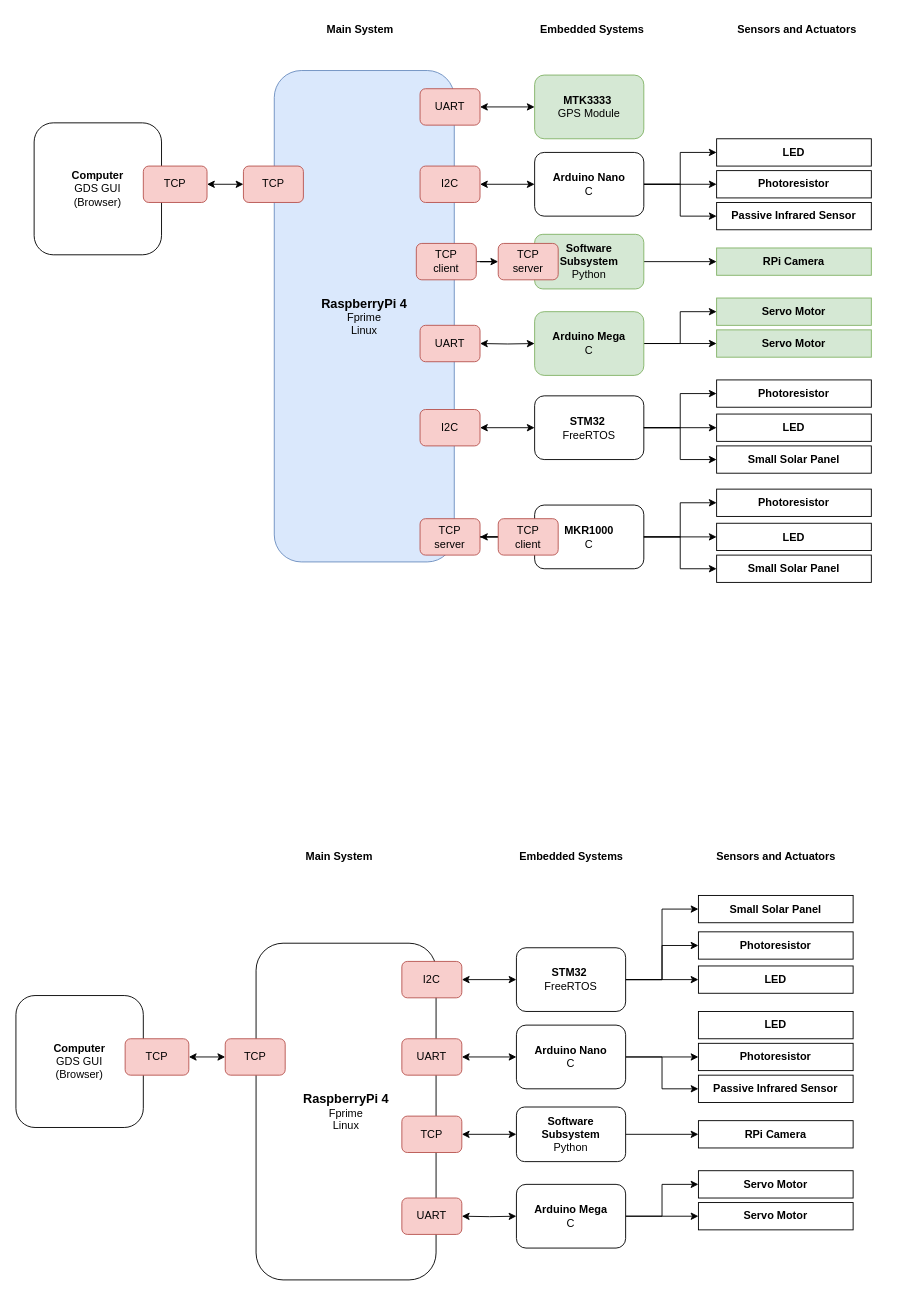
Before: page "Hw Setup" (5 of 5) of topology.drawio in jsilveira1409/MESMO, a draw.io diagram. Source tidied: cells renumbered, new cells numbered last; positions are measured from the earlier drawing's top-left corner, leaving out a move shared by most shapes. Both pictures are drawn from the tidied source at 91%, with x=0, y=0 at pixel (15, 15).
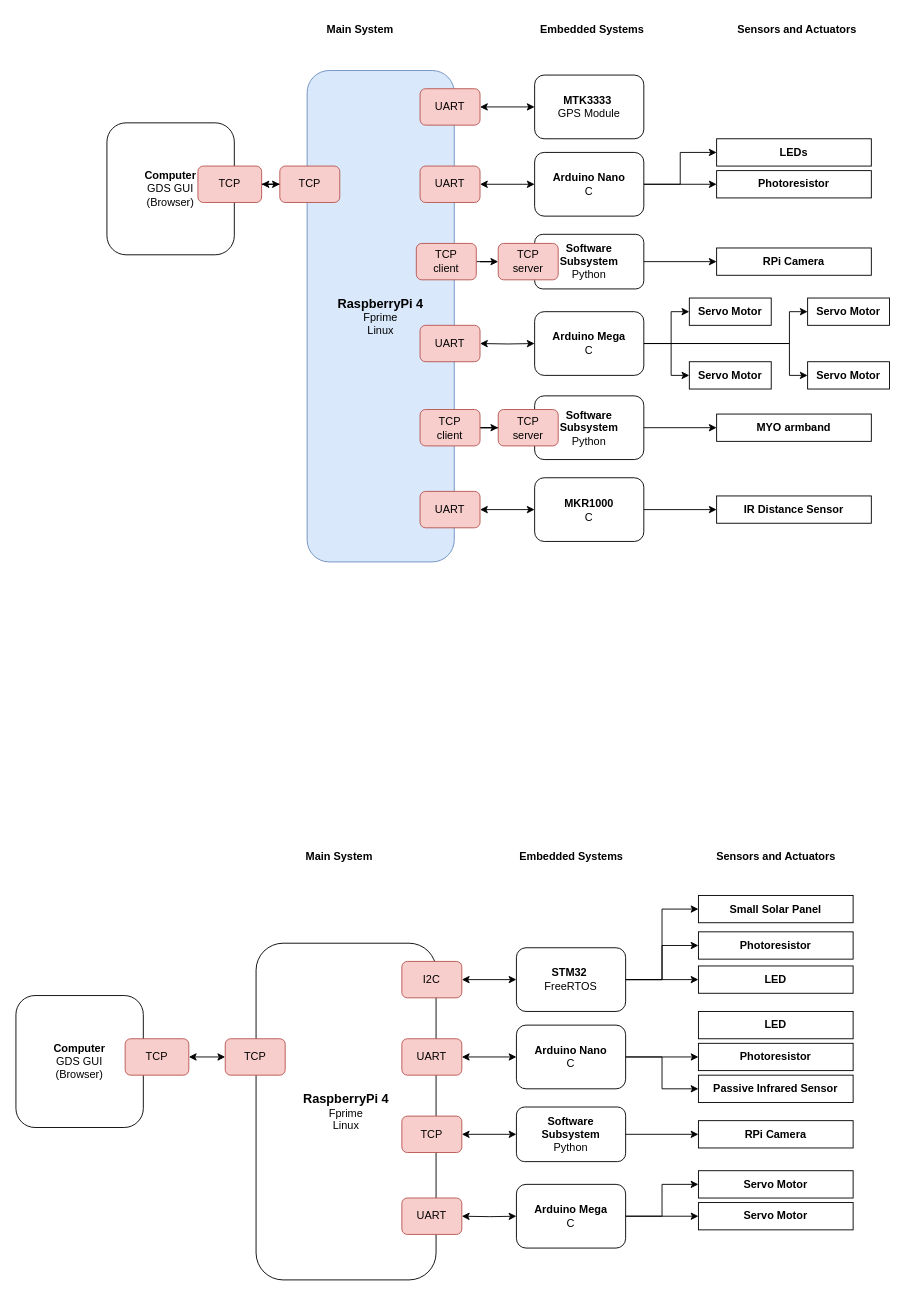
After the change.

The change refers to these unchanged cells:
```xml
<mxCell id="8" value="&lt;b&gt;Arduino Nano&lt;/b&gt;&lt;br&gt;C" style="rounded=1;whiteSpace=wrap;html=1;" parent="1" vertex="1">
  <mxGeometry x="570" y="150" width="120" height="70" as="geometry" />
</mxCell>
<mxCell id="86" value="&lt;b&gt;MKR1000&lt;/b&gt;&lt;br&gt;C" style="rounded=1;whiteSpace=wrap;html=1;" parent="85" vertex="1">
  <mxGeometry x="125.9" y="17.5" width="120" height="70" as="geometry" />
</mxCell>
```

Change to the diagram source:
```diff
@@
-    <mxCell id="3" value="&lt;b&gt;MTK3333&amp;nbsp;&lt;/b&gt;&lt;br&gt;GPS Module" style="rounded=1;whiteSpace=wrap;html=1;fillColor=#d5e8d4;strokeColor=#82b366;" parent="1" vertex="1">
+    <mxCell id="3" value="&lt;b&gt;MTK3333&amp;nbsp;&lt;/b&gt;&lt;br&gt;GPS Module" style="rounded=1;whiteSpace=wrap;html=1;" parent="1" vertex="1">
       <mxGeometry x="570" y="65" width="120" height="70" as="geometry" />
     </mxCell>
@@
-    <mxCell id="7" style="edgeStyle=orthogonalEdgeStyle;rounded=0;jettySize=auto;html=1;" parent="1" edge="1" source="8" target="15">
-      <mxGeometry relative="1" as="geometry" />
-    </mxCell>
@@
-    <mxCell id="10" value="&lt;b&gt;Software Subsystem&lt;/b&gt;&lt;br&gt;Python" style="whiteSpace=wrap;html=1;rounded=1;fillColor=#d5e8d4;strokeColor=#82b366;" parent="1" vertex="1">
+    <mxCell id="10" value="&lt;b&gt;Software Subsystem&lt;/b&gt;&lt;br&gt;Python" style="whiteSpace=wrap;html=1;rounded=1;" parent="1" vertex="1">
       <mxGeometry x="570" y="240" width="120" height="60" as="geometry" />
     </mxCell>
@@
-    <mxCell id="12" value="LED" style="rounded=0;whiteSpace=wrap;html=1;fontStyle=1;" parent="1" vertex="1">
+    <mxCell id="12" value="LEDs" style="rounded=0;whiteSpace=wrap;html=1;fontStyle=1;" parent="1" vertex="1">
       <mxGeometry x="770" y="135" width="170" height="30" as="geometry" />
     </mxCell>
@@
-    <mxCell id="14" value="RPi Camera" style="rounded=0;whiteSpace=wrap;html=1;fontStyle=1;fillColor=#d5e8d4;strokeColor=#82b366;" parent="1" vertex="1">
+    <mxCell id="14" value="RPi Camera" style="rounded=0;whiteSpace=wrap;html=1;fontStyle=1;" parent="1" vertex="1">
       <mxGeometry x="770" y="255" width="170" height="30" as="geometry" />
     </mxCell>
-    <mxCell id="15" value="Passive Infrared Sensor" style="rounded=0;whiteSpace=wrap;html=1;fontStyle=1;" parent="1" vertex="1">
-      <mxGeometry x="770" y="205" width="170" height="30" as="geometry" />
-    </mxCell>
@@
     <mxCell id="19" style="group;" parent="1" vertex="1">
-      <mxGeometry x="20" y="117.5" width="190" height="145" as="geometry" />
+      <mxGeometry x="100" y="117.5" width="190" height="145" as="geometry" />
     </mxCell>
@@
     <mxCell id="21" value="TCP" style="rounded=1;whiteSpace=wrap;html=1;fillColor=#f8cecc;strokeColor=#b85450;" parent="19" vertex="1">
-      <mxGeometry x="120" y="47.5" width="70" height="40" as="geometry" />
+      <mxGeometry x="100" y="47.5" width="70" height="40" as="geometry" />
     </mxCell>
     <mxCell id="22" style="group;" parent="1" vertex="1">
-      <mxGeometry x="250" y="60" width="690" height="540" as="geometry" />
+      <mxGeometry x="250" y="60" width="710" height="540" as="geometry" />
     </mxCell>
     <mxCell id="23" value="&lt;b&gt;&lt;font style=&quot;font-size: 14px;&quot;&gt;RaspberryPi 4&lt;/font&gt;&lt;/b&gt;&lt;br&gt;Fprime&lt;br&gt;Linux" style="rounded=1;whiteSpace=wrap;html=1;fillColor=#dae8fc;strokeColor=#6c8ebf;" parent="22" vertex="1">
-      <mxGeometry x="33.9" width="197.8" height="540" as="geometry" />
+      <mxGeometry x="70" width="161.7" height="540" as="geometry" />
     </mxCell>
@@
-    <mxCell id="25" value="I2C" style="rounded=1;whiteSpace=wrap;html=1;fillColor=#f8cecc;strokeColor=#b85450;" parent="22" vertex="1">
+    <mxCell id="25" value="UART" style="rounded=1;whiteSpace=wrap;html=1;fillColor=#f8cecc;strokeColor=#b85450;" parent="22" vertex="1">
       <mxGeometry x="194.1" y="105" width="65.9" height="40" as="geometry" />
     </mxCell>
@@
     <mxCell id="28" value="TCP" style="rounded=1;whiteSpace=wrap;html=1;fillColor=#f8cecc;strokeColor=#b85450;" parent="22" vertex="1">
-      <mxGeometry y="105" width="65.9" height="40" as="geometry" />
+      <mxGeometry x="40" y="105" width="65.9" height="40" as="geometry" />
     </mxCell>
@@
-    <mxCell id="30" value="&lt;b&gt;STM32&amp;nbsp;&lt;/b&gt;&lt;br&gt;FreeRTOS" style="rounded=1;whiteSpace=wrap;html=1;" parent="22" vertex="1">
+    <mxCell id="30" value="&lt;b&gt;Software &lt;br&gt;Subsystem&lt;br&gt;&lt;/b&gt;Python" style="rounded=1;whiteSpace=wrap;html=1;" parent="22" vertex="1">
       <mxGeometry x="320" y="357.5" width="120" height="70" as="geometry" />
     </mxCell>
-    <mxCell id="31" value="Small Solar Panel" style="rounded=0;whiteSpace=wrap;html=1;fontStyle=1;" parent="22" vertex="1">
-      <mxGeometry x="520" y="412.5" width="170" height="30" as="geometry" />
-    </mxCell>
-    <mxCell id="32" style="edgeStyle=orthogonalEdgeStyle;rounded=0;jettySize=auto;html=1;entryX=0;entryY=0.5;entryDx=0;entryDy=0;" parent="22" edge="1" source="30" target="31">
-      <mxGeometry relative="1" as="geometry" />
-    </mxCell>
-    <mxCell id="33" value="Photoresistor" style="rounded=0;whiteSpace=wrap;html=1;fontStyle=1;" parent="22" vertex="1">
-      <mxGeometry x="520" y="340" width="170" height="30" as="geometry" />
-    </mxCell>
-    <mxCell id="34" style="edgeStyle=orthogonalEdgeStyle;rounded=0;jettySize=auto;html=1;entryX=0;entryY=0.5;entryDx=0;entryDy=0;" parent="22" edge="1" source="30" target="33">
-      <mxGeometry relative="1" as="geometry">
-        <Array as="points">
-          <mxPoint x="480" y="392.5" />
-          <mxPoint x="480" y="355.5" />
-        </Array>
-      </mxGeometry>
-    </mxCell>
-    <mxCell id="35" value="LED" style="rounded=0;whiteSpace=wrap;html=1;fontStyle=1;" parent="22" vertex="1">
+    <mxCell id="35" value="MYO armband" style="rounded=0;whiteSpace=wrap;html=1;fontStyle=1;" parent="22" vertex="1">
       <mxGeometry x="520" y="377.5" width="170" height="30" as="geometry" />
     </mxCell>
@@
+    <mxCell id="96" style="edgeStyle=orthogonalEdgeStyle;rounded=0;jettySize=auto;html=1;" parent="22" edge="1" source="37" target="99">
+      <mxGeometry relative="1" as="geometry" />
+    </mxCell>
-    <mxCell id="37" value="I2C" style="rounded=1;whiteSpace=wrap;html=1;fillColor=#f8cecc;strokeColor=#b85450;" parent="22" vertex="1">
+    <mxCell id="37" value="TCP&lt;br&gt;client" style="rounded=1;whiteSpace=wrap;html=1;fillColor=#f8cecc;strokeColor=#b85450;" parent="22" vertex="1">
       <mxGeometry x="194.1" y="372.5" width="65.9" height="40" as="geometry" />
     </mxCell>
-    <mxCell id="38" style="edgeStyle=orthogonalEdgeStyle;rounded=0;jettySize=auto;html=1;entryX=0;entryY=0.5;entryDx=0;entryDy=0;startArrow=classic;startFill=1;" parent="22" edge="1" source="37" target="30">
-      <mxGeometry relative="1" as="geometry" />
-    </mxCell>
@@
+    <mxCell id="45" value="Servo Motor" style="rounded=0;whiteSpace=wrap;html=1;fontStyle=1;" parent="22" vertex="1">
+      <mxGeometry x="490" y="320" width="90" height="30" as="geometry" />
+    </mxCell>
+    <mxCell id="97" value="Servo Motor" style="rounded=0;whiteSpace=wrap;html=1;fontStyle=1;" parent="22" vertex="1">
+      <mxGeometry x="620" y="250" width="90" height="30" as="geometry" />
+    </mxCell>
+    <mxCell id="98" value="Servo Motor" style="rounded=0;whiteSpace=wrap;html=1;fontStyle=1;" parent="22" vertex="1">
+      <mxGeometry x="620" y="320" width="90" height="30" as="geometry" />
+    </mxCell>
+    <mxCell id="44" value="Servo Motor" style="rounded=0;whiteSpace=wrap;html=1;fontStyle=1;" parent="22" vertex="1">
+      <mxGeometry x="490" y="250" width="90" height="30" as="geometry" />
+    </mxCell>
+    <mxCell id="99" value="TCP&lt;br&gt;server" style="rounded=1;whiteSpace=wrap;html=1;fillColor=#f8cecc;strokeColor=#b85450;" parent="22" vertex="1">
+      <mxGeometry x="280" y="372.5" width="65.9" height="40" as="geometry" />
+    </mxCell>
@@
     <mxCell id="41" style="edgeStyle=orthogonalEdgeStyle;rounded=0;jettySize=auto;html=1;entryX=0;entryY=0.5;entryDx=0;entryDy=0;" parent="1" edge="1" source="43" target="44">
       <mxGeometry relative="1" as="geometry">
         <Array as="points">
-          <mxPoint x="730" y="360" />
-          <mxPoint x="730" y="325" />
+          <mxPoint x="720" y="360" />
+          <mxPoint x="720" y="325" />
         </Array>
       </mxGeometry>
     </mxCell>
     <mxCell id="42" style="edgeStyle=orthogonalEdgeStyle;rounded=0;jettySize=auto;html=1;" parent="1" edge="1" source="43" target="45">
-      <mxGeometry relative="1" as="geometry" />
+      <mxGeometry relative="1" as="geometry">
+        <Array as="points">
+          <mxPoint x="720" y="360" />
+          <mxPoint x="720" y="395" />
+        </Array>
+      </mxGeometry>
     </mxCell>
+    <mxCell id="100" style="edgeStyle=orthogonalEdgeStyle;rounded=0;jettySize=auto;html=1;entryX=0;entryY=0.5;entryDx=0;entryDy=0;" parent="1" edge="1" source="43" target="97">
+      <mxGeometry relative="1" as="geometry">
+        <Array as="points">
+          <mxPoint x="850" y="360" />
+          <mxPoint x="850" y="325" />
+        </Array>
+      </mxGeometry>
+    </mxCell>
+    <mxCell id="101" style="edgeStyle=orthogonalEdgeStyle;rounded=0;jettySize=auto;html=1;entryX=0;entryY=0.5;entryDx=0;entryDy=0;" parent="1" edge="1" source="43" target="98">
+      <mxGeometry relative="1" as="geometry">
+        <Array as="points">
+          <mxPoint x="850" y="360" />
+          <mxPoint x="850" y="395" />
+        </Array>
+      </mxGeometry>
+    </mxCell>
-    <mxCell id="43" value="&lt;b&gt;Arduino Mega&lt;/b&gt;&lt;br&gt;C" style="rounded=1;whiteSpace=wrap;html=1;fillColor=#d5e8d4;strokeColor=#82b366;" parent="1" vertex="1">
+    <mxCell id="43" value="&lt;b&gt;Arduino Mega&lt;/b&gt;&lt;br&gt;C" style="rounded=1;whiteSpace=wrap;html=1;" parent="1" vertex="1">
       <mxGeometry x="570" y="325" width="120" height="70" as="geometry" />
     </mxCell>
-    <mxCell id="44" value="Servo Motor" style="rounded=0;whiteSpace=wrap;html=1;fontStyle=1;fillColor=#d5e8d4;strokeColor=#82b366;" parent="1" vertex="1">
-      <mxGeometry x="770" y="310" width="170" height="30" as="geometry" />
-    </mxCell>
-    <mxCell id="45" value="Servo Motor" style="rounded=0;whiteSpace=wrap;html=1;fontStyle=1;fillColor=#d5e8d4;strokeColor=#82b366;" parent="1" vertex="1">
-      <mxGeometry x="770" y="345" width="170" height="30" as="geometry" />
-    </mxCell>
@@
     <mxCell id="85" style="group;" parent="1" vertex="1">
-      <mxGeometry x="444.1" y="520" width="495.9" height="102.5" as="geometry" />
+      <mxGeometry x="444.1" y="490" width="495.9" height="102.5" as="geometry" />
     </mxCell>
+    <mxCell id="90" style="edgeStyle=orthogonalEdgeStyle;rounded=0;jettySize=auto;html=1;" parent="85" edge="1" source="86" target="89">
+      <mxGeometry relative="1" as="geometry" />
+    </mxCell>
@@
-    <mxCell id="87" value="Small Solar Panel" style="rounded=0;whiteSpace=wrap;html=1;fontStyle=1;" parent="85" vertex="1">
-      <mxGeometry x="325.9" y="72.5" width="170" height="30" as="geometry" />
-    </mxCell>
-    <mxCell id="88" style="edgeStyle=orthogonalEdgeStyle;rounded=0;jettySize=auto;html=1;entryX=0;entryY=0.5;entryDx=0;entryDy=0;" parent="85" edge="1" source="86" target="87">
-      <mxGeometry relative="1" as="geometry" />
-    </mxCell>
-    <mxCell id="89" value="Photoresistor" style="rounded=0;whiteSpace=wrap;html=1;fontStyle=1;" parent="85" vertex="1">
-      <mxGeometry x="325.9" width="170" height="30" as="geometry" />
+    <mxCell id="89" value="IR Distance Sensor" style="rounded=0;whiteSpace=wrap;html=1;fontStyle=1;" parent="85" vertex="1">
+      <mxGeometry x="325.9" y="37.5" width="170" height="30" as="geometry" />
     </mxCell>
-    <mxCell id="90" style="edgeStyle=orthogonalEdgeStyle;rounded=0;jettySize=auto;html=1;entryX=0;entryY=0.5;entryDx=0;entryDy=0;" parent="85" edge="1" source="86" target="89">
-      <mxGeometry relative="1" as="geometry">
-        <Array as="points">
-          <mxPoint x="285.9" y="52.5" />
-          <mxPoint x="285.9" y="15.5" />
-        </Array>
-      </mxGeometry>
-    </mxCell>
-    <mxCell id="91" value="LED" style="rounded=0;whiteSpace=wrap;html=1;fontStyle=1;" parent="85" vertex="1">
-      <mxGeometry x="325.9" y="37.5" width="170" height="30" as="geometry" />
-    </mxCell>
-    <mxCell id="92" style="edgeStyle=orthogonalEdgeStyle;rounded=0;jettySize=auto;html=1;entryX=0;entryY=0.5;entryDx=0;entryDy=0;" parent="85" edge="1" source="86" target="91">
-      <mxGeometry relative="1" as="geometry" />
-    </mxCell>
-    <mxCell id="93" value="TCP&lt;br style=&quot;border-color: var(--border-color);&quot;&gt;server" style="rounded=1;whiteSpace=wrap;html=1;fillColor=#f8cecc;strokeColor=#b85450;" parent="85" vertex="1">
+    <mxCell id="93" value="UART" style="rounded=1;whiteSpace=wrap;html=1;fillColor=#f8cecc;strokeColor=#b85450;" parent="85" vertex="1">
       <mxGeometry y="32.5" width="65.9" height="40" as="geometry" />
     </mxCell>
-    <mxCell id="94" style="edgeStyle=orthogonalEdgeStyle;rounded=0;jettySize=auto;html=1;" parent="85" edge="1" source="95" target="93">
+    <mxCell id="94" style="edgeStyle=orthogonalEdgeStyle;rounded=0;jettySize=auto;html=1;startArrow=classic;startFill=1;exitX=0;exitY=0.5;exitDx=0;exitDy=0;" parent="85" edge="1" source="86" target="93">
       <mxGeometry relative="1" as="geometry" />
     </mxCell>
-    <mxCell id="95" value="TCP&lt;br style=&quot;border-color: var(--border-color);&quot;&gt;client" style="rounded=1;whiteSpace=wrap;html=1;fillColor=#f8cecc;strokeColor=#b85450;" parent="85" vertex="1">
-      <mxGeometry x="85.9" y="32.5" width="65.9" height="40" as="geometry" />
-    </mxCell>
```
